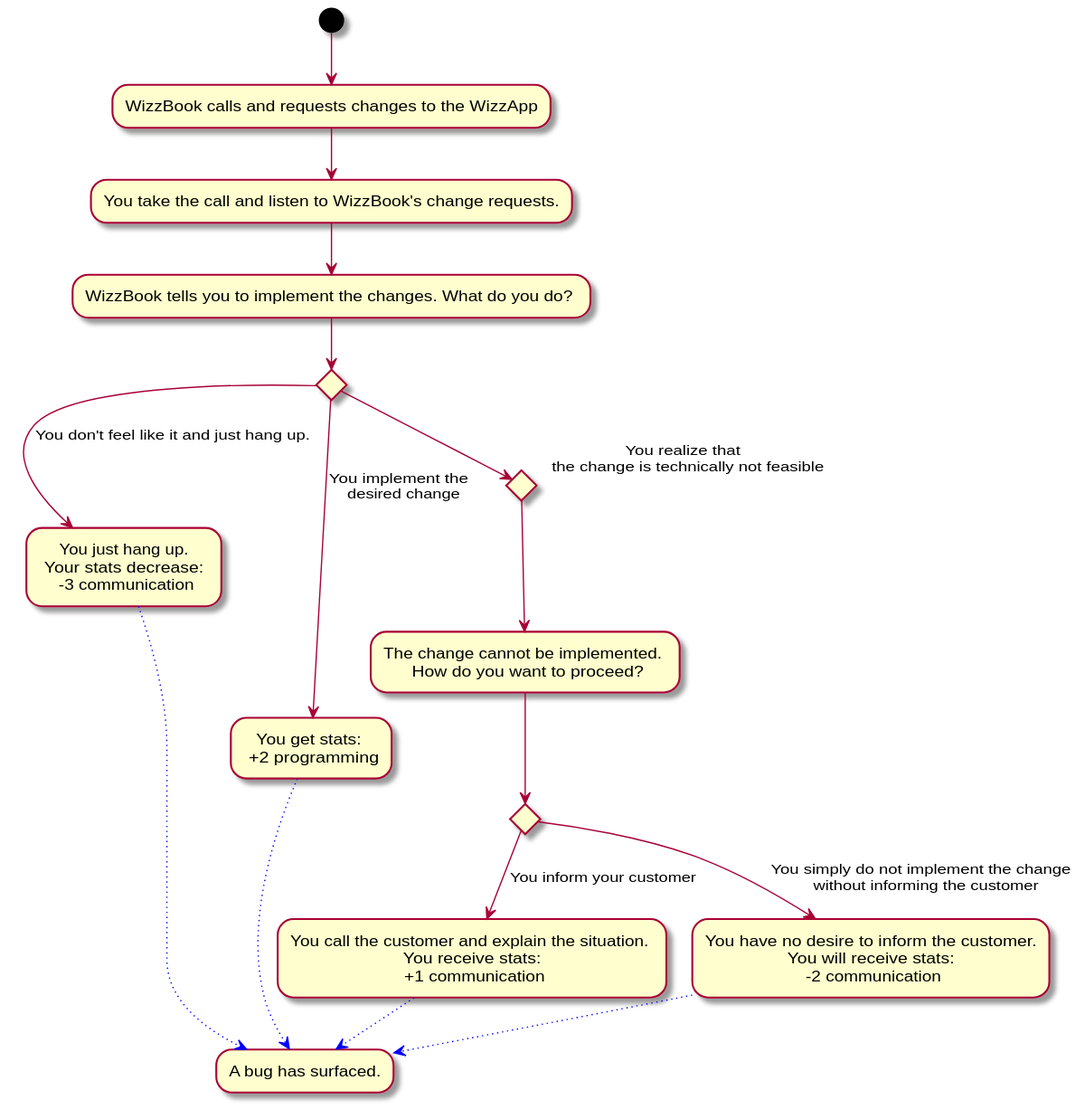
Above: Docs/Technical Specifications/docs/diagrams/StoryFlow/StoryFlow_Decision_10.svg in Brotenko/QualityQuest (PlantUML), before the change.
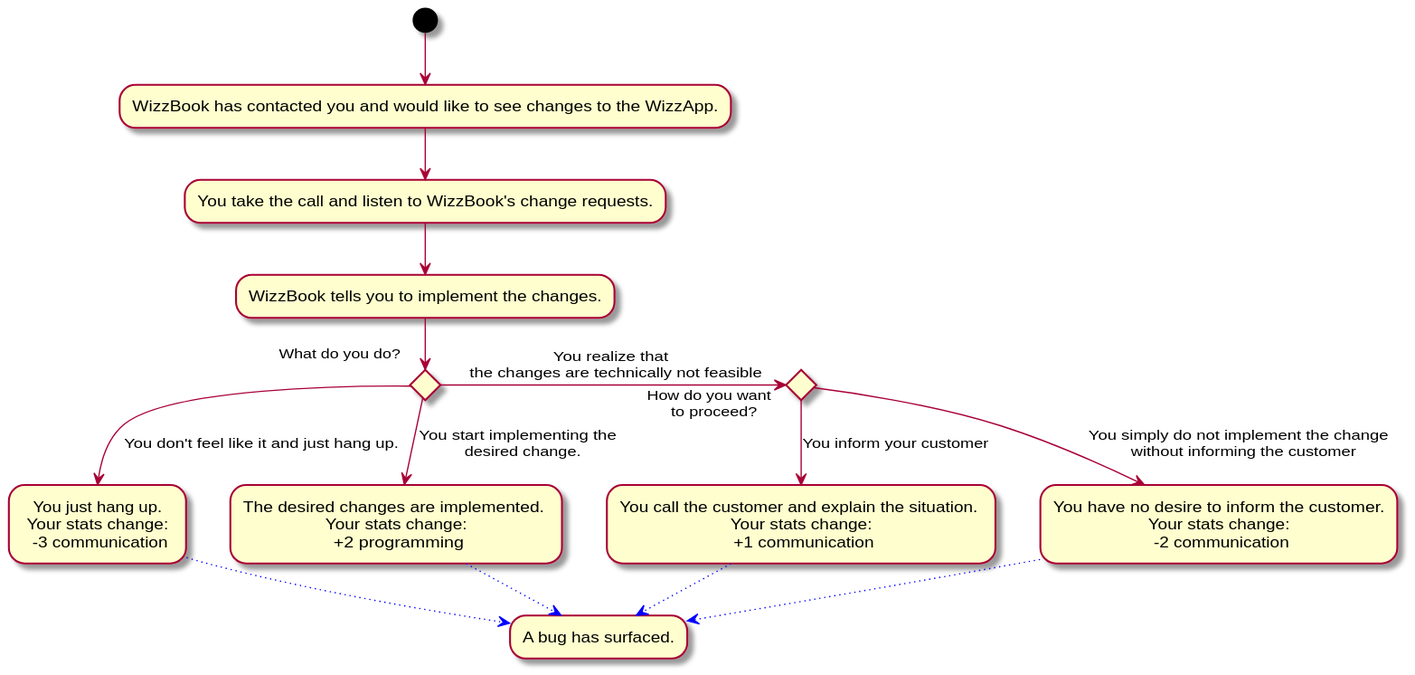
Above is the later version.

What changed in the source:
```diff
@@ -1,18 +1,17 @@
 @startuml
-(*) --> "WizzBook calls and requests changes to the WizzApp" as app
+(*) --> "WizzBook has contacted you and would like to see changes to the WizzApp."
 --> "You take the call and listen to WizzBook's change requests."
---> "WizzBook tells you to implement the changes. What do you do? "
-if "" then
---> [You don't feel like it and just hang up.] "You just hang up.\n Your stats decrease: \n -3 communication" as a1
+--> "WizzBook tells you to implement the changes."
+if " What do you do?" then
+--> [You don't feel like it and just hang up.] "You just hang up.\n Your stats change: \n -3 communication" as a1
 else
---> [You implement the \n desired change] "You get stats: \n +2 programming" as a2
+--> [You start implementing the \n desired change.] "The desired changes are implemented. \n Your stats change: \n +2 programming" as a2
 else
-if "You realize that \n the change is technically not feasible"
---> "The change cannot be implemented. \n How do you want to proceed?"
-if "" then
---> [You inform your customer] "You call the customer and explain the situation. \n You receive stats: \n +1 communication" as b1
+
+-right-> [You realize that \n the changes are technically not feasible] if "How do you want \n to proceed?" then
+--> [You inform your customer] "You call the customer and explain the situation. \n Your stats change: \n +1 communication" as b1
 else
---> [You simply do not implement the change \n without informing the customer] "You have no desire to inform the customer.\n You will receive stats: \n -2 communication"
+--> [You simply do not implement the change \n without informing the customer] "You have no desire to inform the customer.\n Your stats change: \n -2 communication"
 -[#blue,dotted]-> "A bug has surfaced." as bug
 a1 -[#blue,dotted]-> bug
 a2 -[#blue,dotted]-> bug
```
